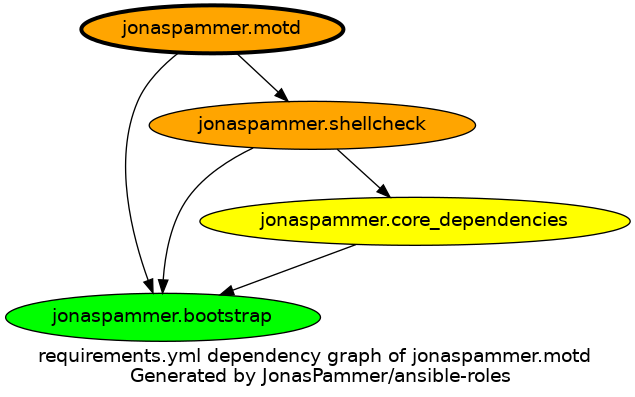
This is graphs/dependencies_motd.png from JonasPammer/ansible-roles, a Graphviz export, as it was before one commit. Its source is kept beside it as graphs/dependencies_motd.dot.
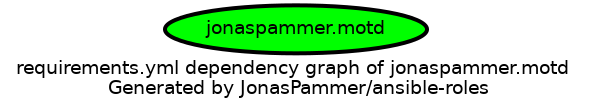
After the commit.

Change to the diagram source:
```diff
@@ -3,14 +3,8 @@
   overlap=false
 
   {
-    "jonaspammer.motd" [fillcolor=orange style=filled penwidth=3]
-    "jonaspammer.bootstrap" [fillcolor=green style=filled ]
-    "jonaspammer.shellcheck" [fillcolor=orange style=filled ]
-    "jonaspammer.core_dependencies" [fillcolor=yellow style=filled ]
+    "jonaspammer.motd" [fillcolor=green style=filled penwidth=3]
   }
 
 
-  "jonaspammer.motd" -> {"jonaspammer.bootstrap" "jonaspammer.shellcheck"}
-  "jonaspammer.shellcheck" -> {"jonaspammer.bootstrap" "jonaspammer.core_dependencies"}
-  "jonaspammer.core_dependencies" -> {"jonaspammer.bootstrap"}
 }
```
